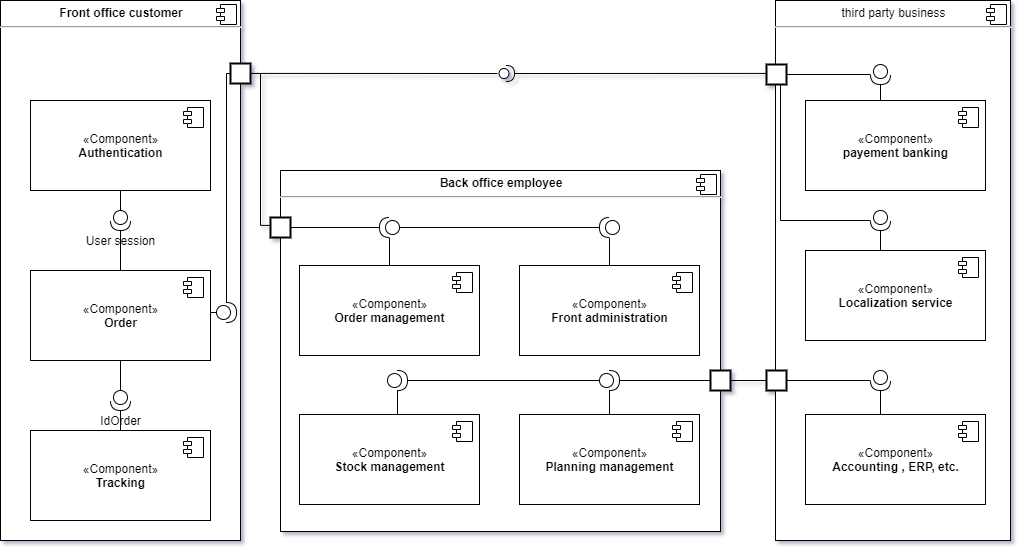
Before: docs/DC_P6.png, a diagram exported from draw.io (jean-charles-gibier/OC_pizza). Source tidied: cells renumbered, new cells last; positions are measured from the earlier drawing's top-left corner, leaving out a move shared by most shapes.
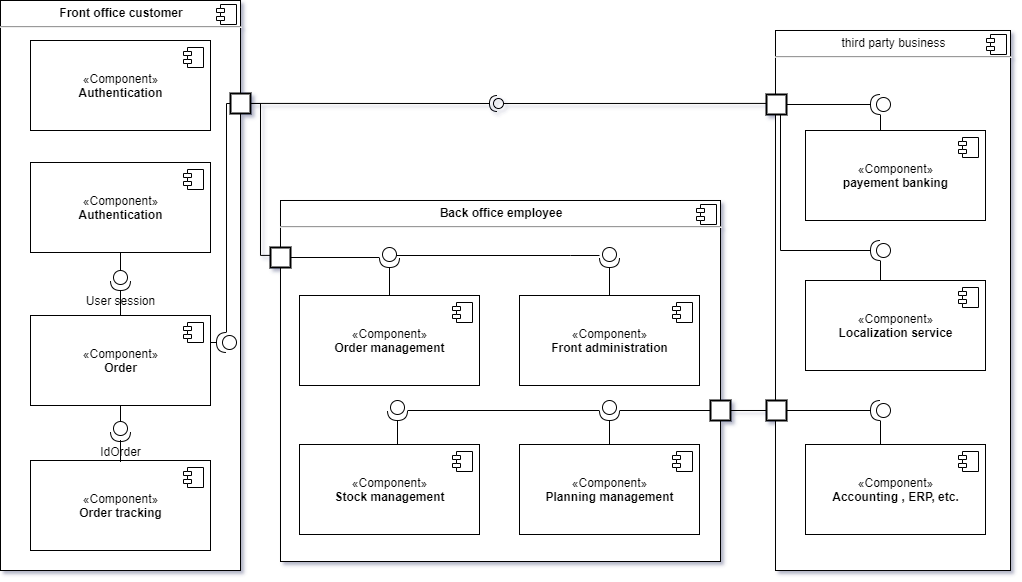
Above is the later version.

Diff of the diagram source:
```diff
@@ -3,30 +3,14 @@
     <mxCell id="0" />
     <mxCell id="1" parent="0" />
     <mxCell id="2" value="&lt;p style=&quot;margin: 0px ; margin-top: 6px ; text-align: center&quot;&gt;&lt;b&gt;Front office customer&lt;/b&gt;&lt;/p&gt;&lt;hr&gt;&lt;p style=&quot;margin: 0px ; margin-left: 8px&quot;&gt;&lt;br&gt;&lt;/p&gt;" style="align=left;overflow=fill;html=1;" parent="1" vertex="1">
-      <mxGeometry width="240" height="540" as="geometry" />
+      <mxGeometry y="-30" width="240" height="570" as="geometry" />
     </mxCell>
     <mxCell id="3" style="shape=component;jettyWidth=8;jettyHeight=4;" parent="2" vertex="1">
       <mxGeometry x="1" width="20" height="20" relative="1" as="geometry">
         <mxPoint x="-24" y="4" as="offset" />
       </mxGeometry>
     </mxCell>
-    <mxCell id="4" value="«Component»&lt;br&gt;&lt;b&gt;Authentication&lt;/b&gt;" style="html=1;" parent="1" vertex="1">
-      <mxGeometry x="30" y="100" width="180" height="90" as="geometry" />
-    </mxCell>
-    <mxCell id="5" style="shape=component;jettyWidth=8;jettyHeight=4;" parent="4" vertex="1">
-      <mxGeometry x="1" width="20" height="20" relative="1" as="geometry">
-        <mxPoint x="-27" y="7" as="offset" />
-      </mxGeometry>
-    </mxCell>
-    <mxCell id="6" value="«Component»&lt;br&gt;&lt;b&gt;Order&lt;/b&gt;" style="html=1;" parent="1" vertex="1">
-      <mxGeometry x="30" y="270" width="180" height="90" as="geometry" />
-    </mxCell>
-    <mxCell id="7" style="shape=component;jettyWidth=8;jettyHeight=4;" parent="6" vertex="1">
-      <mxGeometry x="1" width="20" height="20" relative="1" as="geometry">
-        <mxPoint x="-27" y="7" as="offset" />
-      </mxGeometry>
-    </mxCell>
-    <mxCell id="8" value="«Component»&lt;br&gt;&lt;b&gt;Tracking&lt;/b&gt;" style="html=1;" parent="1" vertex="1">
+    <mxCell id="8" value="«Component»&lt;br&gt;&lt;b&gt;Order tracking&lt;/b&gt;" style="html=1;" parent="1" vertex="1">
       <mxGeometry x="30" y="430" width="180" height="90" as="geometry" />
     </mxCell>
     <mxCell id="9" style="shape=component;jettyWidth=8;jettyHeight=4;" parent="8" vertex="1">
@@ -113,7 +97,7 @@
       <mxGeometry relative="1" as="geometry" />
     </mxCell>
     <mxCell id="30" value="User session" style="shape=providedRequiredInterface;html=1;verticalLabelPosition=bottom;direction=south;" parent="1" vertex="1">
-      <mxGeometry x="110" y="210" width="20" height="20" as="geometry" />
+      <mxGeometry x="110" y="240" width="20" height="20" as="geometry" />
     </mxCell>
     <mxCell id="31" style="edgeStyle=orthogonalEdgeStyle;rounded=0;jettySize=auto;html=1;endArrow=none;endFill=0;" parent="1" edge="1" source="34" target="6">
       <mxGeometry relative="1" as="geometry" />
@@ -125,23 +109,20 @@
       <mxGeometry relative="1" as="geometry" />
     </mxCell>
     <mxCell id="34" value="IdOrder" style="shape=providedRequiredInterface;html=1;verticalLabelPosition=bottom;direction=south;" parent="1" vertex="1">
-      <mxGeometry x="110" y="390" width="20" height="20" as="geometry" />
+      <mxGeometry x="110" y="391" width="20" height="20" as="geometry" />
     </mxCell>
-    <mxCell id="35" style="rounded=0;orthogonalLoop=1;jettySize=auto;html=1;endArrow=none;endFill=0;exitX=1;exitY=0.148;exitDx=0;exitDy=0;exitPerimeter=0;" parent="1" edge="1">
+    <mxCell id="35" style="rounded=0;orthogonalLoop=1;jettySize=auto;html=1;endArrow=halfCircle;endFill=0;exitX=1;exitY=0.148;exitDx=0;exitDy=0;exitPerimeter=0;" parent="1" edge="1">
       <mxGeometry relative="1" as="geometry">
         <mxPoint x="240" y="72.9" as="sourcePoint" />
         <mxPoint x="497" y="73" as="targetPoint" />
       </mxGeometry>
     </mxCell>
-    <mxCell id="36" style="rounded=0;orthogonalLoop=1;jettySize=auto;html=1;endArrow=halfCircle;endFill=0;endSize=6;strokeWidth=1;exitX=0.021;exitY=0.148;exitDx=0;exitDy=0;exitPerimeter=0;" parent="1" edge="1">
+    <mxCell id="36" style="rounded=0;orthogonalLoop=1;jettySize=auto;html=1;endArrow=oval;endFill=0;endSize=10;strokeWidth=1;exitX=0.021;exitY=0.148;exitDx=0;exitDy=0;exitPerimeter=0;" parent="1" edge="1">
       <mxGeometry relative="1" as="geometry">
-        <mxPoint x="775.9" y="72.9" as="sourcePoint" />
-        <mxPoint x="506" y="73" as="targetPoint" />
+        <mxPoint x="767.9" y="72.9" as="sourcePoint" />
+        <mxPoint x="498" y="73" as="targetPoint" />
       </mxGeometry>
     </mxCell>
-    <mxCell id="37" style="ellipse;whiteSpace=wrap;html=1;fontFamily=Helvetica;fontSize=12;fontColor=#000000;align=center;strokeColor=#000000;fillColor=#ffffff;" parent="1" vertex="1">
-      <mxGeometry x="498.5" y="68" width="10" height="10" as="geometry" />
-    </mxCell>
     <mxCell id="38" style="rounded=0;whiteSpace=wrap;html=1;absoluteArcSize=1;arcSize=14;strokeWidth=2;" parent="1" vertex="1">
       <mxGeometry x="230" y="63" width="20" height="20" as="geometry" />
     </mxCell>
@@ -164,7 +145,7 @@
         </Array>
       </mxGeometry>
     </mxCell>
-    <mxCell id="42" style="shape=providedRequiredInterface;html=1;verticalLabelPosition=bottom;rounded=0;" parent="1" vertex="1">
+    <mxCell id="42" style="shape=providedRequiredInterface;html=1;verticalLabelPosition=bottom;rounded=0;direction=west;" parent="1" vertex="1">
       <mxGeometry x="216" y="302" width="20" height="20" as="geometry" />
     </mxCell>
     <mxCell id="43" style="edgeStyle=orthogonalEdgeStyle;rounded=0;jettySize=auto;html=1;endArrow=none;endFill=0;" parent="1" edge="1" source="45" target="20">
@@ -178,7 +159,7 @@
     <mxCell id="44" style="edgeStyle=orthogonalEdgeStyle;rounded=0;jettySize=auto;html=1;endArrow=none;endFill=0;" parent="1" edge="1" source="45" target="39">
       <mxGeometry relative="1" as="geometry" />
     </mxCell>
-    <mxCell id="45" style="shape=providedRequiredInterface;html=1;verticalLabelPosition=bottom;rounded=0;direction=south;" parent="1" vertex="1">
+    <mxCell id="45" style="shape=providedRequiredInterface;html=1;verticalLabelPosition=bottom;rounded=0;direction=west;" parent="1" vertex="1">
       <mxGeometry x="870" y="64" width="20" height="20" as="geometry" />
     </mxCell>
     <mxCell id="46" style="edgeStyle=orthogonalEdgeStyle;rounded=0;jettySize=auto;html=1;endArrow=none;endFill=0;" parent="1" edge="1" source="48" target="22">
@@ -192,7 +173,7 @@
         </Array>
       </mxGeometry>
     </mxCell>
-    <mxCell id="48" style="shape=providedRequiredInterface;html=1;verticalLabelPosition=bottom;rounded=0;direction=south;" parent="1" vertex="1">
+    <mxCell id="48" style="shape=providedRequiredInterface;html=1;verticalLabelPosition=bottom;rounded=0;direction=west;" parent="1" vertex="1">
       <mxGeometry x="870" y="210" width="20" height="20" as="geometry" />
     </mxCell>
     <mxCell id="49" style="edgeStyle=orthogonalEdgeStyle;rounded=0;jettySize=auto;html=1;endArrow=none;endFill=0;" parent="1" edge="1" source="51" target="26">
@@ -206,7 +187,7 @@
     <mxCell id="50" style="edgeStyle=orthogonalEdgeStyle;rounded=0;jettySize=auto;html=1;endArrow=none;endFill=0;" parent="1" edge="1" source="51" target="54">
       <mxGeometry relative="1" as="geometry" />
     </mxCell>
-    <mxCell id="51" style="shape=providedRequiredInterface;html=1;verticalLabelPosition=bottom;rounded=0;direction=south;" parent="1" vertex="1">
+    <mxCell id="51" style="shape=providedRequiredInterface;html=1;verticalLabelPosition=bottom;rounded=0;direction=west;" parent="1" vertex="1">
       <mxGeometry x="870" y="370" width="20" height="20" as="geometry" />
     </mxCell>
     <mxCell id="52" style="edgeStyle=orthogonalEdgeStyle;rounded=0;jettySize=auto;html=1;endArrow=none;endFill=0;entryX=0.45;entryY=0.5;entryDx=0;entryDy=0;entryPerimeter=0;" parent="1" edge="1" source="53" target="54">
@@ -229,7 +210,7 @@
         </Array>
       </mxGeometry>
     </mxCell>
-    <mxCell id="57" style="shape=providedRequiredInterface;html=1;verticalLabelPosition=bottom;rounded=0;" parent="1" vertex="1">
+    <mxCell id="57" style="shape=providedRequiredInterface;html=1;verticalLabelPosition=bottom;rounded=0;direction=south;" parent="1" vertex="1">
       <mxGeometry x="387" y="370" width="20" height="20" as="geometry" />
     </mxCell>
     <mxCell id="58" style="edgeStyle=orthogonalEdgeStyle;rounded=0;jettySize=auto;html=1;endArrow=none;endFill=0;entryX=0;entryY=0.5;entryDx=0;entryDy=0;" parent="1" edge="1" source="60" target="53">
@@ -238,7 +219,7 @@
     <mxCell id="59" style="edgeStyle=orthogonalEdgeStyle;rounded=0;jettySize=auto;html=1;endArrow=none;endFill=0;" parent="1" edge="1" source="60" target="24">
       <mxGeometry relative="1" as="geometry" />
     </mxCell>
-    <mxCell id="60" style="shape=providedRequiredInterface;html=1;verticalLabelPosition=bottom;rounded=0;" parent="1" vertex="1">
+    <mxCell id="60" style="shape=providedRequiredInterface;html=1;verticalLabelPosition=bottom;rounded=0;direction=south;" parent="1" vertex="1">
       <mxGeometry x="599" y="370" width="20" height="20" as="geometry" />
     </mxCell>
     <mxCell id="61" style="edgeStyle=orthogonalEdgeStyle;rounded=0;jettySize=auto;html=1;endArrow=none;endFill=0;entryX=1;entryY=0.25;entryDx=0;entryDy=0;" parent="1" edge="1" source="66" target="68">
@@ -249,18 +230,23 @@
       </mxGeometry>
     </mxCell>
     <mxCell id="62" style="edgeStyle=orthogonalEdgeStyle;rounded=0;jettySize=auto;html=1;endArrow=none;endFill=0;entryX=0.4;entryY=0.5;entryDx=0;entryDy=0;entryPerimeter=0;" parent="1" edge="1" source="64" target="66">
-      <mxGeometry relative="1" as="geometry" />
+      <mxGeometry relative="1" as="geometry">
+        <Array as="points">
+          <mxPoint x="570" y="225" />
+          <mxPoint x="570" y="225" />
+        </Array>
+      </mxGeometry>
     </mxCell>
     <mxCell id="63" style="edgeStyle=orthogonalEdgeStyle;rounded=0;jettySize=auto;html=1;endArrow=none;endFill=0;" parent="1" edge="1" source="64" target="14">
       <mxGeometry relative="1" as="geometry" />
     </mxCell>
-    <mxCell id="64" style="shape=providedRequiredInterface;html=1;verticalLabelPosition=bottom;rounded=0;direction=west;" parent="1" vertex="1">
+    <mxCell id="64" style="shape=providedRequiredInterface;html=1;verticalLabelPosition=bottom;rounded=0;direction=south;" parent="1" vertex="1">
       <mxGeometry x="599" y="217" width="20" height="20" as="geometry" />
     </mxCell>
     <mxCell id="65" style="edgeStyle=orthogonalEdgeStyle;rounded=0;jettySize=auto;html=1;endArrow=none;endFill=0;" parent="1" edge="1" source="66" target="12">
       <mxGeometry relative="1" as="geometry" />
     </mxCell>
-    <mxCell id="66" style="shape=providedRequiredInterface;html=1;verticalLabelPosition=bottom;rounded=0;direction=west;" parent="1" vertex="1">
+    <mxCell id="66" style="shape=providedRequiredInterface;html=1;verticalLabelPosition=bottom;rounded=0;direction=south;" parent="1" vertex="1">
       <mxGeometry x="379" y="217" width="20" height="20" as="geometry" />
     </mxCell>
     <mxCell id="67" style="edgeStyle=orthogonalEdgeStyle;rounded=0;jettySize=auto;html=1;endArrow=none;endFill=0;entryX=-0.002;entryY=0.152;entryDx=0;entryDy=0;entryPerimeter=0;exitX=1;exitY=0.5;exitDx=0;exitDy=0;" parent="1" edge="1" source="38" target="10">
@@ -274,5 +260,29 @@
     <mxCell id="68" style="rounded=0;whiteSpace=wrap;html=1;absoluteArcSize=1;arcSize=14;strokeWidth=2;" parent="1" vertex="1">
       <mxGeometry x="270" y="217" width="20" height="20" as="geometry" />
     </mxCell>
+    <mxCell id="4" value="«Component»&lt;br&gt;&lt;b&gt;Authentication&lt;/b&gt;" style="html=1;" parent="1" vertex="1">
+      <mxGeometry x="30" y="132" width="180" height="90" as="geometry" />
+    </mxCell>
+    <mxCell id="5" style="shape=component;jettyWidth=8;jettyHeight=4;" parent="4" vertex="1">
+      <mxGeometry x="1" width="20" height="20" relative="1" as="geometry">
+        <mxPoint x="-27" y="7" as="offset" />
+      </mxGeometry>
+    </mxCell>
+    <mxCell id="6" value="«Component»&lt;br&gt;&lt;b&gt;Order&lt;/b&gt;" style="html=1;" parent="1" vertex="1">
+      <mxGeometry x="30" y="285" width="180" height="90" as="geometry" />
+    </mxCell>
+    <mxCell id="7" style="shape=component;jettyWidth=8;jettyHeight=4;" parent="6" vertex="1">
+      <mxGeometry x="1" width="20" height="20" relative="1" as="geometry">
+        <mxPoint x="-27" y="7" as="offset" />
+      </mxGeometry>
+    </mxCell>
+    <mxCell id="69" value="«Component»&lt;br&gt;&lt;b&gt;Authentication&lt;/b&gt;" style="html=1;" parent="1" vertex="1">
+      <mxGeometry x="30" y="10" width="180" height="90" as="geometry" />
+    </mxCell>
+    <mxCell id="70" style="shape=component;jettyWidth=8;jettyHeight=4;" parent="69" vertex="1">
+      <mxGeometry x="1" width="20" height="20" relative="1" as="geometry">
+        <mxPoint x="-27" y="7" as="offset" />
+      </mxGeometry>
+    </mxCell>
   </root>
 </mxGraphModel>
```
